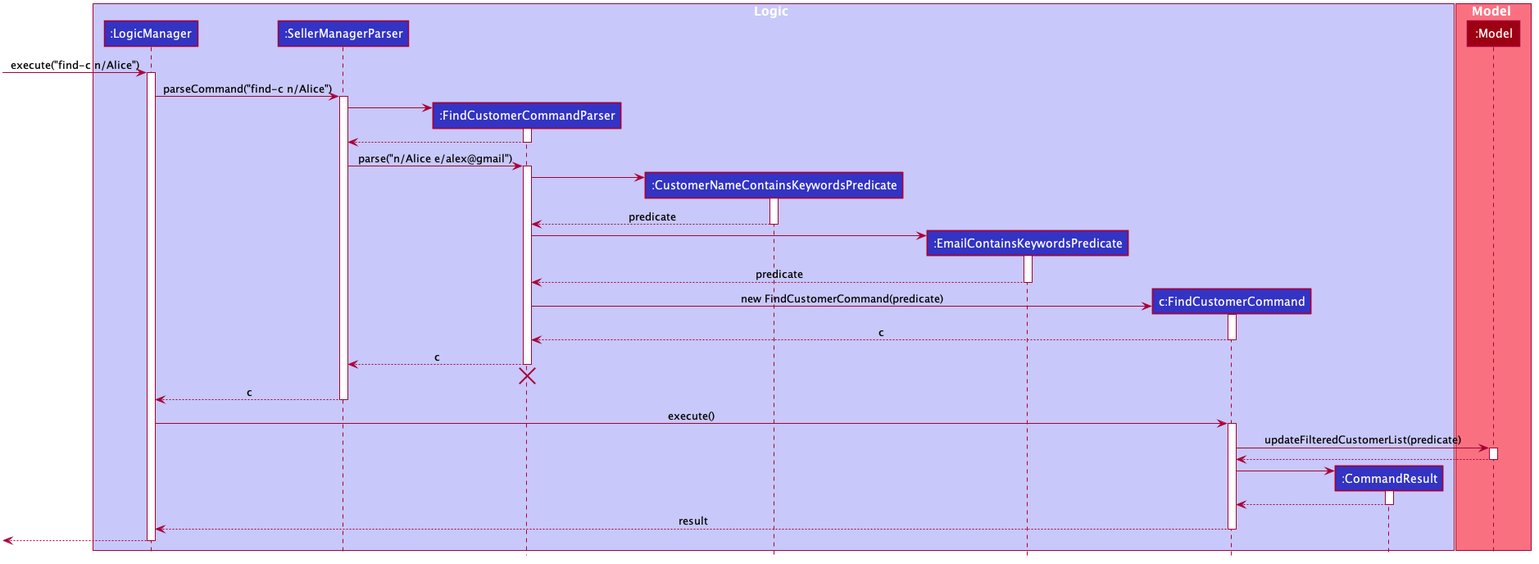
The PlantUML diagram docs/images/FindCustomerCommandSequenceDiagram2.png in nus-cs2103-AY1920S1/addressbook-level3, before a commit.
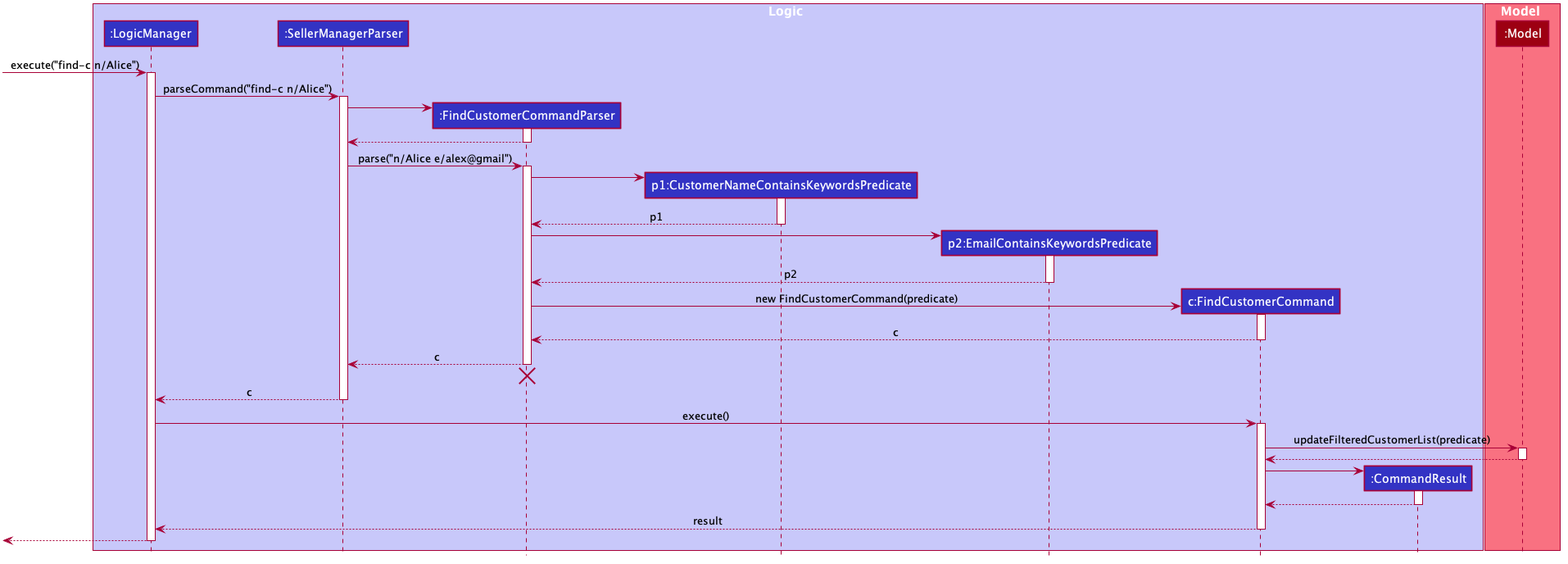
Above is the later version.

The edit, as a diff of the source:
```diff
@@ -52,8 +52,8 @@
 participant ":LogicManager" as LogicManager #3333C4
 participant ":SellerManagerParser" as SellerManagerParser #3333C4
 participant ":FindCustomerCommandParser" as FindCustomerCommandParser #3333C4
-participant ":CustomerNameContainsKeywordsPredicate" as CustomerNameContainsKeywordsPredicate #3333C4
-participant ":EmailContainsKeywordsPredicate" as EmailContainsKeywordsPredicate #3333C4
+participant "p1:CustomerNameContainsKeywordsPredicate" as CustomerNameContainsKeywordsPredicate #3333C4
+participant "p2:EmailContainsKeywordsPredicate" as EmailContainsKeywordsPredicate #3333C4
 participant "c:FindCustomerCommand" as FindCustomerCommand #3333C4
 participant ":CommandResult" as CommandResult #3333C4
 end box
@@ -82,7 +82,7 @@
 FindCustomerCommandParser -> CustomerNameContainsKeywordsPredicate
 
 activate CustomerNameContainsKeywordsPredicate
-CustomerNameContainsKeywordsPredicate --> FindCustomerCommandParser : predicate
+CustomerNameContainsKeywordsPredicate --> FindCustomerCommandParser : p1
 deactivate CustomerNameContainsKeywordsPredicate
 
 create EmailContainsKeywordsPredicate
@@ -90,7 +90,7 @@
 
 
 activate EmailContainsKeywordsPredicate
-EmailContainsKeywordsPredicate --> FindCustomerCommandParser : predicate
+EmailContainsKeywordsPredicate --> FindCustomerCommandParser : p2
 deactivate EmailContainsKeywordsPredicate
 
 create FindCustomerCommand
```
